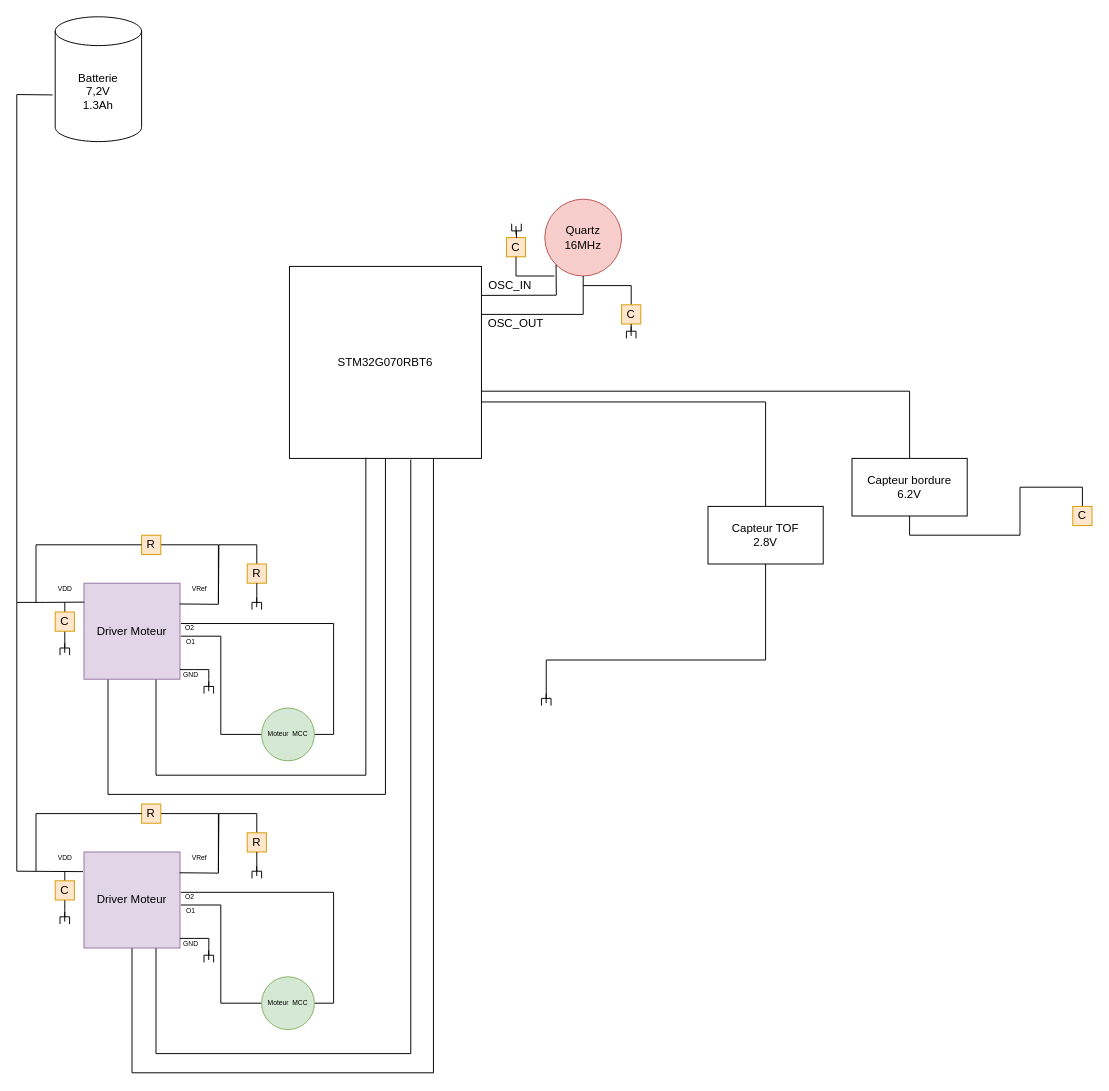
This is Diagramme sans nom.drawio from Artpel1805/Beerator, a draw.io file, before an edit. Source tidied: cells renumbered, new cells numbered last; positions are measured from the earlier drawing's top-left corner, leaving out a move shared by most shapes. Both pictures are drawn from the tidied source at 96%, with x=0, y=0 at pixel (16, 16).
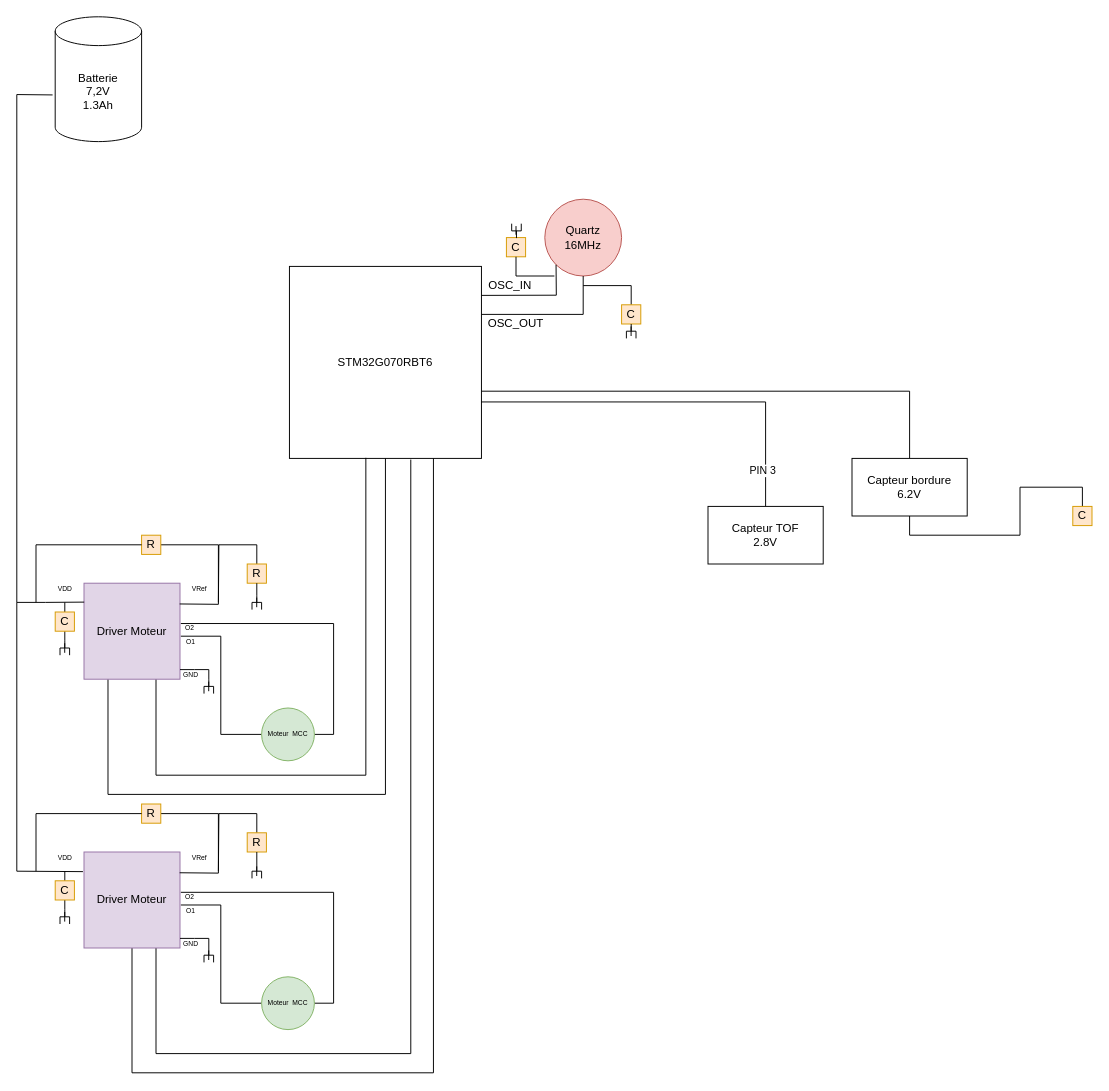
The same page after the edit.

Commit message:
Mettre à jour Diagramme sans nom.drawio

Unchanged cells that the change refers to:
```xml
<mxCell id="28" style="edgeStyle=orthogonalEdgeStyle;rounded=0;jettySize=auto;html=1;exitX=0.5;exitY=0;exitDx=0;exitDy=0;entryX=0.998;entryY=0.706;entryDx=0;entryDy=0;endArrow=none;endFill=0;entryPerimeter=0;" parent="1" edge="1" source="29" target="3">
  <mxGeometry relative="1" as="geometry" />
</mxCell>
<mxCell id="29" value="Capteur TOF&lt;br&gt;2.8V" style="whiteSpace=wrap;html=1;align=center;newEdgeStyle={&quot;edgeStyle&quot;:&quot;elbowEdgeStyle&quot;,&quot;startArrow&quot;:&quot;none&quot;,&quot;endArrow&quot;:&quot;none&quot;};" parent="1" vertex="1">
  <mxGeometry x="720" y="510" width="120" height="60" as="geometry" />
</mxCell>
```

The edit, as a diff of the source:
```diff
@@
+    <mxCell id="91" value="PIN 3" style="edgeLabel;html=1;align=center;verticalAlign=middle;" parent="28" vertex="1">
+      <mxGeometry x="-0.81" y="4" relative="1" as="geometry" />
+    </mxCell>
@@
-    <mxCell id="51" style="edgeStyle=orthogonalEdgeStyle;rounded=0;jettySize=auto;html=1;endArrow=none;endFill=0;" parent="1" edge="1" source="53" target="29">
-      <mxGeometry relative="1" as="geometry">
-        <Array as="points">
-          <mxPoint x="551" y="670" />
-          <mxPoint x="780" y="670" />
-        </Array>
-      </mxGeometry>
-    </mxCell>
@@
-    <mxCell id="53" style="strokeWidth=1;html=1;shape=mxgraph.flowchart.annotation_2;align=left;labelPosition=right;rotation=90;" parent="1" vertex="1">
-      <mxGeometry x="544" y="705" width="15" height="10" as="geometry" />
-    </mxCell>
@@
-    <mxCell id="55" style="endArrow=none;html=1;rounded=0;" parent="1" edge="1">
-      <mxGeometry relative="1" as="geometry">
-        <mxPoint x="551.4" y="715" as="sourcePoint" />
-        <mxPoint x="551.4" y="705" as="targetPoint" />
-        <Array as="points">
-          <mxPoint x="551.4" y="705" />
-        </Array>
-      </mxGeometry>
-    </mxCell>
```
